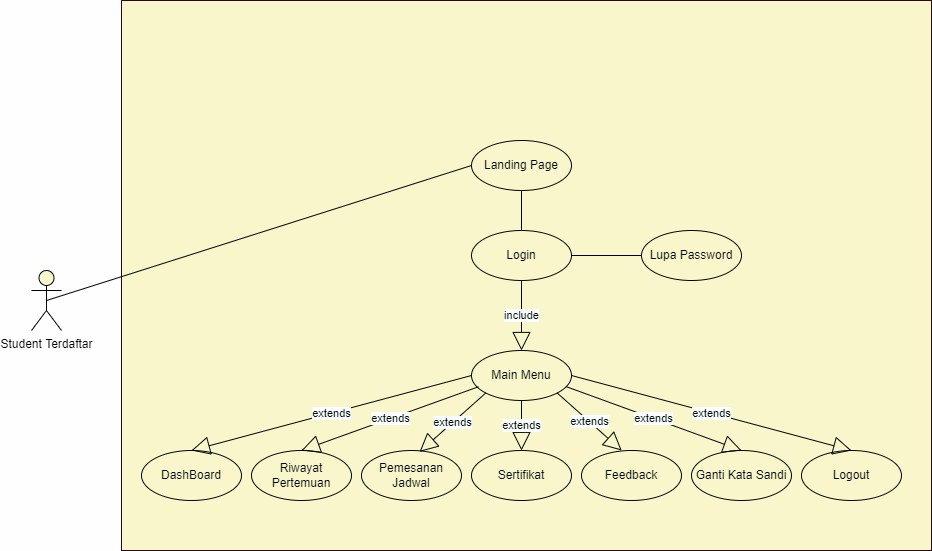
Before: Diagrams/Use Case Diagram/UseCase_Siswa_Regitered_Classico.png, a diagram exported from draw.io (Zkavolo/Classico-Project). Source tidied: cells renumbered, new cells last; positions are measured from the earlier drawing's top-left corner, leaving out a move shared by most shapes.
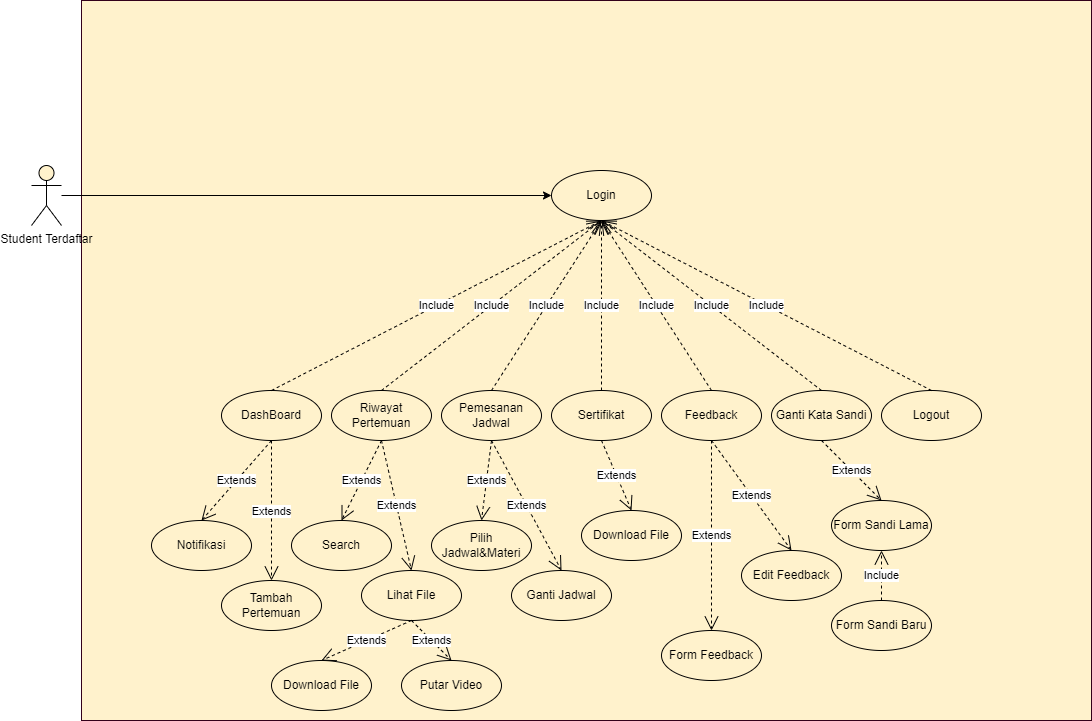
After the change.

Diff of the diagram source:
```diff
@@ -3,35 +3,17 @@
     <mxCell id="0" />
     <mxCell id="1" parent="0" />
     <mxCell id="2" style="rounded=0;whiteSpace=wrap;html=1;strokeColor=#33001A;fillColor=#fff2cc;" parent="1" vertex="1">
-      <mxGeometry x="90" width="810" height="550" as="geometry" />
+      <mxGeometry x="-30" y="60" width="1010" height="720" as="geometry" />
     </mxCell>
     <mxCell id="3" value="Login" style="ellipse;whiteSpace=wrap;html=1;fillColor=#fff2cc;strokeColor=#000000;" parent="1" vertex="1">
       <mxGeometry x="440" y="230" width="100" height="50" as="geometry" />
     </mxCell>
-    <mxCell id="4" value="Landing Page" style="ellipse;whiteSpace=wrap;html=1;fillColor=#fff2cc;strokeColor=#000000;" parent="1" vertex="1">
-      <mxGeometry x="440" y="140" width="100" height="50" as="geometry" />
-    </mxCell>
-    <mxCell id="5" value="Main Menu" style="ellipse;whiteSpace=wrap;html=1;fillColor=#fff2cc;strokeColor=#000000;" parent="1" vertex="1">
-      <mxGeometry x="440" y="350" width="100" height="50" as="geometry" />
-    </mxCell>
-    <mxCell id="6" value="include" style="endArrow=block;endSize=16;endFill=0;html=1;rounded=0;exitX=0.5;exitY=1;exitDx=0;exitDy=0;entryX=0.5;entryY=0;entryDx=0;entryDy=0;" parent="1" edge="1" source="3" target="5">
-      <mxGeometry relative="1" as="geometry" />
-    </mxCell>
-    <mxCell id="7" style="endArrow=none;html=1;rounded=0;entryX=0;entryY=0.5;entryDx=0;entryDy=0;startArrow=none;exitX=0.5;exitY=0.5;exitDx=0;exitDy=0;exitPerimeter=0;" parent="1" edge="1" source="9" target="4">
-      <mxGeometry relative="1" as="geometry" />
-    </mxCell>
-    <mxCell id="8" style="endArrow=none;html=1;rounded=0;exitX=0.5;exitY=1;exitDx=0;exitDy=0;entryX=0.5;entryY=0;entryDx=0;entryDy=0;" parent="1" edge="1" source="4" target="3">
-      <mxGeometry relative="1" as="geometry" />
-    </mxCell>
+    <mxCell id="26" style="edgeStyle=orthogonalEdgeStyle;rounded=0;jettySize=auto;html=1;entryX=0;entryY=0.5;entryDx=0;entryDy=0;strokeColor=default;" parent="1" edge="1" source="9" target="3">
+      <mxGeometry relative="1" as="geometry" />
+    </mxCell>
     <mxCell id="9" value="Student Terdaftar" style="shape=umlActor;verticalLabelPosition=bottom;verticalAlign=top;html=1;outlineConnect=0;fillColor=#fff2cc;strokeColor=#000000;" parent="1" vertex="1">
-      <mxGeometry y="270" width="30" height="60" as="geometry" />
+      <mxGeometry x="-80" y="225" width="30" height="60" as="geometry" />
     </mxCell>
-    <mxCell id="10" value="Lupa Password" style="ellipse;whiteSpace=wrap;html=1;fillColor=#fff2cc;strokeColor=#000000;" parent="1" vertex="1">
-      <mxGeometry x="610" y="230" width="100" height="50" as="geometry" />
-    </mxCell>
-    <mxCell id="11" style="endArrow=none;html=1;rounded=0;exitX=1;exitY=0.5;exitDx=0;exitDy=0;entryX=0;entryY=0.5;entryDx=0;entryDy=0;" parent="1" edge="1" source="3" target="10">
-      <mxGeometry relative="1" as="geometry" />
-    </mxCell>
     <mxCell id="12" value="Pemesanan Jadwal" style="ellipse;whiteSpace=wrap;html=1;fillColor=#fff2cc;strokeColor=#000000;" parent="1" vertex="1">
       <mxGeometry x="330" y="450" width="100" height="50" as="geometry" />
     </mxCell>
@@ -41,21 +23,6 @@
     <mxCell id="14" value="Feedback" style="ellipse;whiteSpace=wrap;html=1;fillColor=#fff2cc;strokeColor=#000000;" parent="1" vertex="1">
       <mxGeometry x="550" y="450" width="100" height="50" as="geometry" />
     </mxCell>
-    <mxCell id="15" value="extends" style="endArrow=block;endSize=16;endFill=0;html=1;rounded=0;exitX=0;exitY=0;exitDx=0;exitDy=0;entryX=0.581;entryY=0.027;entryDx=0;entryDy=0;entryPerimeter=0;" parent="1" edge="1" target="12">
-      <mxGeometry relative="1" as="geometry">
-        <mxPoint x="454.3" y="392.5" as="sourcePoint" />
-      </mxGeometry>
-    </mxCell>
-    <mxCell id="16" value="extends" style="endArrow=block;endSize=16;endFill=0;html=1;rounded=0;entryX=0.5;entryY=0;entryDx=0;entryDy=0;" parent="1" edge="1" target="13">
-      <mxGeometry relative="1" as="geometry">
-        <mxPoint x="490" y="400" as="sourcePoint" />
-      </mxGeometry>
-    </mxCell>
-    <mxCell id="17" value="extends" style="endArrow=block;endSize=16;endFill=0;html=1;rounded=0;entryX=0.402;entryY=0;entryDx=0;entryDy=0;exitX=1;exitY=0;exitDx=0;exitDy=0;entryPerimeter=0;" parent="1" edge="1" target="14">
-      <mxGeometry relative="1" as="geometry">
-        <mxPoint x="525.7" y="392.5" as="sourcePoint" />
-      </mxGeometry>
-    </mxCell>
     <mxCell id="18" value="Riwayat Pertemuan" style="ellipse;whiteSpace=wrap;html=1;fillColor=#fff2cc;strokeColor=#000000;" parent="1" vertex="1">
       <mxGeometry x="220" y="450" width="100" height="50" as="geometry" />
     </mxCell>
@@ -65,20 +32,107 @@
     <mxCell id="20" value="Logout" style="ellipse;whiteSpace=wrap;html=1;fillColor=#fff2cc;strokeColor=#000000;" parent="1" vertex="1">
       <mxGeometry x="770" y="450" width="100" height="50" as="geometry" />
     </mxCell>
-    <mxCell id="21" value="extends" style="endArrow=block;endSize=16;endFill=0;html=1;rounded=0;exitX=0.07;exitY=0.725;exitDx=0;exitDy=0;entryX=0.5;entryY=0;entryDx=0;entryDy=0;exitPerimeter=0;" parent="1" edge="1" source="5" target="18">
-      <mxGeometry relative="1" as="geometry" />
-    </mxCell>
-    <mxCell id="22" value="extends" style="endArrow=block;endSize=16;endFill=0;html=1;rounded=0;entryX=0.5;entryY=0;entryDx=0;entryDy=0;exitX=0.95;exitY=0.725;exitDx=0;exitDy=0;exitPerimeter=0;" parent="1" edge="1" source="5" target="19">
-      <mxGeometry relative="1" as="geometry" />
-    </mxCell>
-    <mxCell id="23" value="extends" style="endArrow=block;endSize=16;endFill=0;html=1;rounded=0;entryX=0.5;entryY=0;entryDx=0;entryDy=0;exitX=1;exitY=0.5;exitDx=0;exitDy=0;" parent="1" edge="1" source="5" target="20">
-      <mxGeometry relative="1" as="geometry" />
-    </mxCell>
     <mxCell id="24" value="DashBoard" style="ellipse;whiteSpace=wrap;html=1;fillColor=#fff2cc;strokeColor=#000000;" parent="1" vertex="1">
       <mxGeometry x="110" y="450" width="100" height="50" as="geometry" />
     </mxCell>
-    <mxCell id="25" value="extends" style="endArrow=block;endSize=16;endFill=0;html=1;rounded=0;exitX=0;exitY=0.5;exitDx=0;exitDy=0;entryX=0.5;entryY=0;entryDx=0;entryDy=0;" parent="1" edge="1" source="5" target="24">
-      <mxGeometry relative="1" as="geometry" />
-    </mxCell>
+    <mxCell id="27" value="Include" style="endArrow=open;endSize=12;dashed=1;html=1;rounded=0;strokeColor=default;exitX=0.5;exitY=0;exitDx=0;exitDy=0;entryX=0.5;entryY=1;entryDx=0;entryDy=0;" parent="1" edge="1" source="18" target="3">
+      <mxGeometry relative="1" as="geometry" />
+    </mxCell>
+    <mxCell id="28" value="Notifikasi" style="ellipse;whiteSpace=wrap;html=1;fillColor=#fff2cc;strokeColor=#000000;" parent="1" vertex="1">
+      <mxGeometry x="40" y="580" width="100" height="50" as="geometry" />
+    </mxCell>
+    <mxCell id="29" value="Extends" style="endArrow=open;endSize=12;dashed=1;html=1;rounded=0;strokeColor=default;exitX=0.5;exitY=1;exitDx=0;exitDy=0;entryX=0.5;entryY=0;entryDx=0;entryDy=0;" parent="1" edge="1" source="24" target="28">
+      <mxGeometry relative="1" as="geometry" />
+    </mxCell>
+    <mxCell id="30" value="Tambah Pertemuan" style="ellipse;whiteSpace=wrap;html=1;fillColor=#fff2cc;strokeColor=#000000;" parent="1" vertex="1">
+      <mxGeometry x="110" y="640" width="100" height="50" as="geometry" />
+    </mxCell>
+    <mxCell id="31" value="Extends" style="endArrow=open;endSize=12;dashed=1;html=1;rounded=0;strokeColor=default;exitX=0.5;exitY=1;exitDx=0;exitDy=0;entryX=0.5;entryY=0;entryDx=0;entryDy=0;" parent="1" edge="1" source="24" target="30">
+      <mxGeometry relative="1" as="geometry" />
+    </mxCell>
+    <mxCell id="32" value="Search" style="ellipse;whiteSpace=wrap;html=1;fillColor=#fff2cc;strokeColor=#000000;" parent="1" vertex="1">
+      <mxGeometry x="180" y="580" width="100" height="50" as="geometry" />
+    </mxCell>
+    <mxCell id="33" value="Lihat File" style="ellipse;whiteSpace=wrap;html=1;fillColor=#fff2cc;strokeColor=#000000;" parent="1" vertex="1">
+      <mxGeometry x="250" y="630" width="100" height="50" as="geometry" />
+    </mxCell>
+    <mxCell id="34" value="Extends" style="endArrow=open;endSize=12;dashed=1;html=1;rounded=0;strokeColor=default;exitX=0.5;exitY=1;exitDx=0;exitDy=0;entryX=0.5;entryY=0;entryDx=0;entryDy=0;" parent="1" edge="1" source="18" target="32">
+      <mxGeometry relative="1" as="geometry" />
+    </mxCell>
+    <mxCell id="35" value="Extends" style="endArrow=open;endSize=12;dashed=1;html=1;rounded=0;strokeColor=default;exitX=0.5;exitY=1;exitDx=0;exitDy=0;entryX=0.5;entryY=0;entryDx=0;entryDy=0;" parent="1" edge="1" source="18" target="33">
+      <mxGeometry relative="1" as="geometry" />
+    </mxCell>
+    <mxCell id="36" value="Download File&lt;span style=&quot;color: rgba(0, 0, 0, 0); font-family: monospace; font-size: 0px; text-align: start;&quot;&gt;%3CmxGraphModel%3E%3Croot%3E%3CmxCell%20id%3D%220%22%2F%3E%3CmxCell%20id%3D%221%22%20parent%3D%220%22%2F%3E%3CmxCell%20id%3D%222%22%20value%3D%22Lihat%20File%22%20style%3D%22ellipse%3BwhiteSpace%3Dwrap%3Bhtml%3D1%3BfillColor%3D%23fff2cc%3BstrokeColor%3D%23000000%3B%22%20vertex%3D%221%22%20parent%3D%221%22%3E%3CmxGeometry%20x%3D%22290%22%20y%3D%22620%22%20width%3D%22100%22%20height%3D%2250%22%20as%3D%22geometry%22%2F%3E%3C%2FmxCell%3E%3C%2Froot%3E%3C%2FmxGraphModel%3E&lt;/span&gt;" style="ellipse;whiteSpace=wrap;html=1;fillColor=#fff2cc;strokeColor=#000000;" parent="1" vertex="1">
+      <mxGeometry x="160" y="720" width="100" height="50" as="geometry" />
+    </mxCell>
+    <mxCell id="37" value="Putar Video" style="ellipse;whiteSpace=wrap;html=1;fillColor=#fff2cc;strokeColor=#000000;" parent="1" vertex="1">
+      <mxGeometry x="290" y="720" width="100" height="50" as="geometry" />
+    </mxCell>
+    <mxCell id="38" value="Extends" style="endArrow=open;endSize=12;dashed=1;html=1;rounded=0;strokeColor=default;exitX=0.5;exitY=1;exitDx=0;exitDy=0;entryX=0.5;entryY=0;entryDx=0;entryDy=0;" parent="1" edge="1" source="33" target="36">
+      <mxGeometry relative="1" as="geometry" />
+    </mxCell>
+    <mxCell id="39" value="Extends" style="endArrow=open;endSize=12;dashed=1;html=1;rounded=0;strokeColor=default;exitX=0.5;exitY=1;exitDx=0;exitDy=0;entryX=0.5;entryY=0;entryDx=0;entryDy=0;" parent="1" edge="1" source="33" target="37">
+      <mxGeometry relative="1" as="geometry" />
+    </mxCell>
+    <mxCell id="40" value="Ganti Jadwal" style="ellipse;whiteSpace=wrap;html=1;fillColor=#fff2cc;strokeColor=#000000;" parent="1" vertex="1">
+      <mxGeometry x="400" y="630" width="100" height="50" as="geometry" />
+    </mxCell>
+    <mxCell id="41" value="Pilih Jadwal&amp;amp;Materi" style="ellipse;whiteSpace=wrap;html=1;fillColor=#fff2cc;strokeColor=#000000;" parent="1" vertex="1">
+      <mxGeometry x="320" y="580" width="100" height="50" as="geometry" />
+    </mxCell>
+    <mxCell id="42" value="Extends" style="endArrow=open;endSize=12;dashed=1;html=1;rounded=0;strokeColor=default;exitX=0.5;exitY=1;exitDx=0;exitDy=0;entryX=0.5;entryY=0;entryDx=0;entryDy=0;" parent="1" edge="1" source="12" target="41">
+      <mxGeometry relative="1" as="geometry" />
+    </mxCell>
+    <mxCell id="43" value="Extends" style="endArrow=open;endSize=12;dashed=1;html=1;rounded=0;strokeColor=default;exitX=0.5;exitY=1;exitDx=0;exitDy=0;entryX=0.5;entryY=0;entryDx=0;entryDy=0;" parent="1" edge="1" source="12" target="40">
+      <mxGeometry relative="1" as="geometry" />
+    </mxCell>
+    <mxCell id="44" value="Download File" style="ellipse;whiteSpace=wrap;html=1;fillColor=#fff2cc;strokeColor=#000000;" parent="1" vertex="1">
+      <mxGeometry x="470" y="570" width="100" height="50" as="geometry" />
+    </mxCell>
+    <mxCell id="45" value="Extends" style="endArrow=open;endSize=12;dashed=1;html=1;rounded=0;strokeColor=default;exitX=0.5;exitY=1;exitDx=0;exitDy=0;entryX=0.5;entryY=0;entryDx=0;entryDy=0;" parent="1" edge="1" source="13" target="44">
+      <mxGeometry relative="1" as="geometry" />
+    </mxCell>
+    <mxCell id="46" value="Include" style="endArrow=open;endSize=12;dashed=1;html=1;rounded=0;strokeColor=default;exitX=0.5;exitY=0;exitDx=0;exitDy=0;entryX=0.5;entryY=1;entryDx=0;entryDy=0;" parent="1" edge="1" source="24" target="3">
+      <mxGeometry relative="1" as="geometry" />
+    </mxCell>
+    <mxCell id="47" value="Include" style="endArrow=open;endSize=12;dashed=1;html=1;rounded=0;strokeColor=default;exitX=0.5;exitY=0;exitDx=0;exitDy=0;entryX=0.5;entryY=1;entryDx=0;entryDy=0;" parent="1" edge="1" source="12" target="3">
+      <mxGeometry relative="1" as="geometry" />
+    </mxCell>
+    <mxCell id="48" value="Include" style="endArrow=open;endSize=12;dashed=1;html=1;rounded=0;strokeColor=default;exitX=0.5;exitY=0;exitDx=0;exitDy=0;entryX=0.5;entryY=1;entryDx=0;entryDy=0;" parent="1" edge="1" source="13" target="3">
+      <mxGeometry relative="1" as="geometry" />
+    </mxCell>
+    <mxCell id="49" value="Include" style="endArrow=open;endSize=12;dashed=1;html=1;rounded=0;strokeColor=default;exitX=0.5;exitY=0;exitDx=0;exitDy=0;entryX=0.5;entryY=1;entryDx=0;entryDy=0;" parent="1" edge="1" source="14" target="3">
+      <mxGeometry relative="1" as="geometry" />
+    </mxCell>
+    <mxCell id="50" value="Include" style="endArrow=open;endSize=12;dashed=1;html=1;rounded=0;strokeColor=default;exitX=0.5;exitY=0;exitDx=0;exitDy=0;entryX=0.5;entryY=1;entryDx=0;entryDy=0;" parent="1" edge="1" source="19" target="3">
+      <mxGeometry relative="1" as="geometry" />
+    </mxCell>
+    <mxCell id="51" value="Include" style="endArrow=open;endSize=12;dashed=1;html=1;rounded=0;strokeColor=default;exitX=0.5;exitY=0;exitDx=0;exitDy=0;entryX=0.5;entryY=1;entryDx=0;entryDy=0;" parent="1" edge="1" source="20" target="3">
+      <mxGeometry relative="1" as="geometry" />
+    </mxCell>
+    <mxCell id="52" value="Form Feedback" style="ellipse;whiteSpace=wrap;html=1;fillColor=#fff2cc;strokeColor=#000000;" parent="1" vertex="1">
+      <mxGeometry x="550" y="690" width="100" height="50" as="geometry" />
+    </mxCell>
+    <mxCell id="53" value="Extends" style="endArrow=open;endSize=12;dashed=1;html=1;rounded=0;strokeColor=default;exitX=0.5;exitY=1;exitDx=0;exitDy=0;entryX=0.5;entryY=0;entryDx=0;entryDy=0;" parent="1" edge="1" source="14" target="52">
+      <mxGeometry relative="1" as="geometry" />
+    </mxCell>
+    <mxCell id="54" value="Edit Feedback" style="ellipse;whiteSpace=wrap;html=1;fillColor=#fff2cc;strokeColor=#000000;" parent="1" vertex="1">
+      <mxGeometry x="630" y="610" width="100" height="50" as="geometry" />
+    </mxCell>
+    <mxCell id="55" value="Extends" style="endArrow=open;endSize=12;dashed=1;html=1;rounded=0;strokeColor=default;exitX=0.5;exitY=1;exitDx=0;exitDy=0;entryX=0.5;entryY=0;entryDx=0;entryDy=0;" parent="1" edge="1" source="14" target="54">
+      <mxGeometry relative="1" as="geometry" />
+    </mxCell>
+    <mxCell id="56" value="Form Sandi Lama" style="ellipse;whiteSpace=wrap;html=1;fillColor=#fff2cc;strokeColor=#000000;" parent="1" vertex="1">
+      <mxGeometry x="720" y="560" width="100" height="50" as="geometry" />
+    </mxCell>
+    <mxCell id="57" value="Extends" style="endArrow=open;endSize=12;dashed=1;html=1;rounded=0;strokeColor=default;exitX=0.5;exitY=1;exitDx=0;exitDy=0;entryX=0.5;entryY=0;entryDx=0;entryDy=0;" parent="1" edge="1" source="19" target="56">
+      <mxGeometry relative="1" as="geometry" />
+    </mxCell>
+    <mxCell id="58" value="Form Sandi Baru" style="ellipse;whiteSpace=wrap;html=1;fillColor=#fff2cc;strokeColor=#000000;" parent="1" vertex="1">
+      <mxGeometry x="720" y="660" width="100" height="50" as="geometry" />
+    </mxCell>
+    <mxCell id="59" value="Include" style="endArrow=open;endSize=12;dashed=1;html=1;rounded=0;strokeColor=default;exitX=0.5;exitY=0;exitDx=0;exitDy=0;entryX=0.5;entryY=1;entryDx=0;entryDy=0;" parent="1" edge="1" source="58" target="56">
+      <mxGeometry relative="1" as="geometry" />
+    </mxCell>
   </root>
 </mxGraphModel>
```
